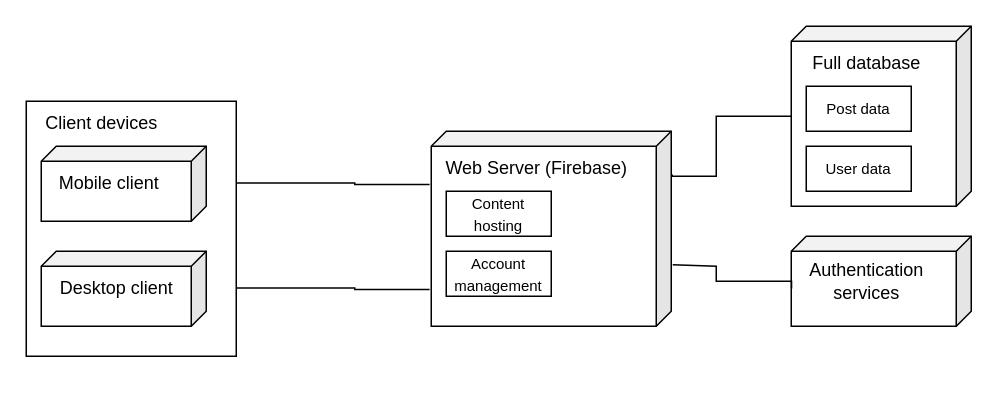
Before: docs/architecture-diagrams/deployment.drawio in COS301-SE-2024/TailWaggr, a draw.io diagram. Source tidied: cells renumbered, new cells numbered last; positions are measured from the earlier drawing's top-left corner, leaving out a move shared by most shapes. Both pictures are drawn from the tidied source at 150%, with x=0, y=0 at pixel (26, 26).
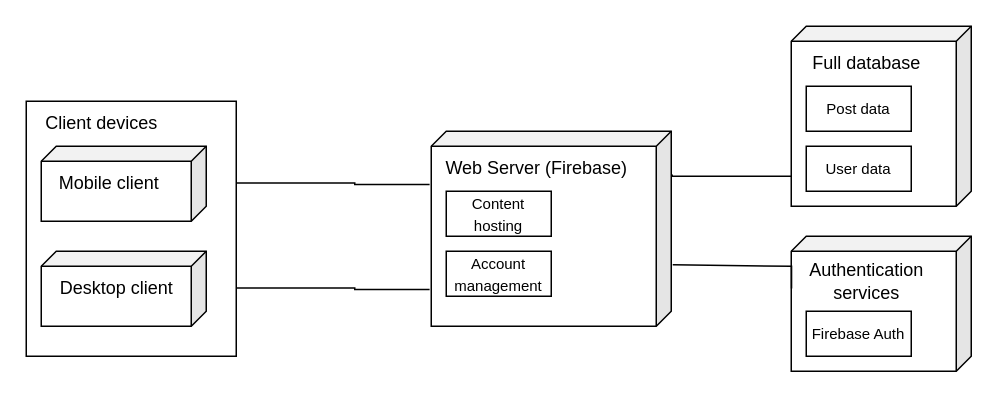
The same diagram, later.

Unchanged cells that the change refers to:
```xml
<mxCell id="3" style="shape=cube;whiteSpace=wrap;html=1;boundedLbl=1;backgroundOutline=1;darkOpacity=0.05;darkOpacity2=0.1;flipH=1;size=10;" parent="1" vertex="1">
  <mxGeometry x="270" y="70" width="160" height="130" as="geometry" />
</mxCell>
<mxCell id="8" style="shape=cube;whiteSpace=wrap;html=1;boundedLbl=1;backgroundOutline=1;darkOpacity=0.05;darkOpacity2=0.1;flipH=1;size=10;" parent="1" vertex="1">
  <mxGeometry x="510" width="120" height="120" as="geometry" />
</mxCell>
<mxCell id="11" value="Authentication&lt;div&gt;services&lt;/div&gt;" style="text;html=1;align=center;verticalAlign=middle;points=[];strokeColor=none;fillColor=none;" parent="1" vertex="1">
  <mxGeometry x="510" y="150" width="100" height="40" as="geometry" />
</mxCell>
```

Change to the diagram source:
```diff
@@
     <mxCell id="7" style="edgeStyle=orthogonalEdgeStyle;rounded=0;jettySize=auto;html=1;entryX=-0.004;entryY=0.222;entryDx=0;entryDy=0;entryPerimeter=0;endArrow=none;endFill=0;" parent="1" edge="1" source="8" target="3">
       <mxGeometry relative="1" as="geometry">
         <Array as="points">
-          <mxPoint x="460" y="60" />
-          <mxPoint x="460" y="100" />
           <mxPoint x="431" y="100" />
         </Array>
       </mxGeometry>
     </mxCell>
@@
     <mxCell id="10" style="shape=cube;whiteSpace=wrap;html=1;boundedLbl=1;backgroundOutline=1;darkOpacity=0.05;darkOpacity2=0.1;flipH=1;size=10;" parent="1" vertex="1">
-      <mxGeometry x="510" y="140" width="120" height="60" as="geometry" />
+      <mxGeometry x="510" y="140" width="120" height="90" as="geometry" />
     </mxCell>
@@
     <mxCell id="14" style="edgeStyle=orthogonalEdgeStyle;rounded=0;jettySize=auto;html=1;entryX=-0.004;entryY=0.222;entryDx=0;entryDy=0;entryPerimeter=0;endArrow=none;endFill=0;exitX=0.002;exitY=0.619;exitDx=0;exitDy=0;exitPerimeter=0;" parent="1" edge="1" source="11">
       <mxGeometry relative="1" as="geometry">
         <mxPoint x="431" y="159" as="targetPoint" />
         <Array as="points">
-          <mxPoint x="460" y="170" />
-          <mxPoint x="460" y="160" />
+          <mxPoint x="510" y="160" />
           <mxPoint x="431" y="160" />
         </Array>
       </mxGeometry>
     </mxCell>
@@
+    <mxCell id="22" value="&lt;span style=&quot;font-size: 10px;&quot;&gt;Firebase Auth&lt;/span&gt;" style="rounded=0;whiteSpace=wrap;html=1;" parent="1" vertex="1">
+      <mxGeometry x="520" y="190" width="70" height="30" as="geometry" />
+    </mxCell>
```
